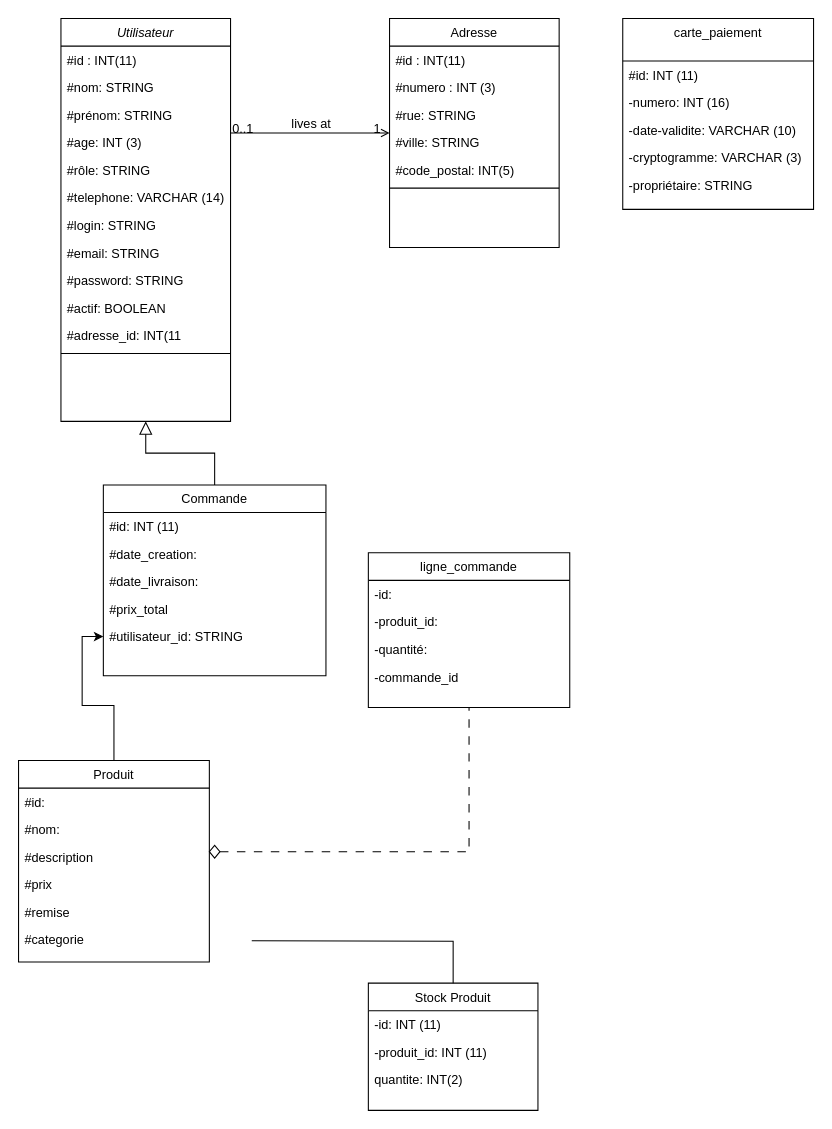
Steony/BeautyBookerApp keeps this draw.io diagram as ecommerce_diagram_class.drawio. Above is the earlier version. Source tidied: cells renumbered, new cells numbered last; positions are measured from the earlier drawing's top-left corner, leaving out a move shared by most shapes. Both pictures are drawn from the tidied source at 106%, with x=0, y=0 at pixel (18, 18).
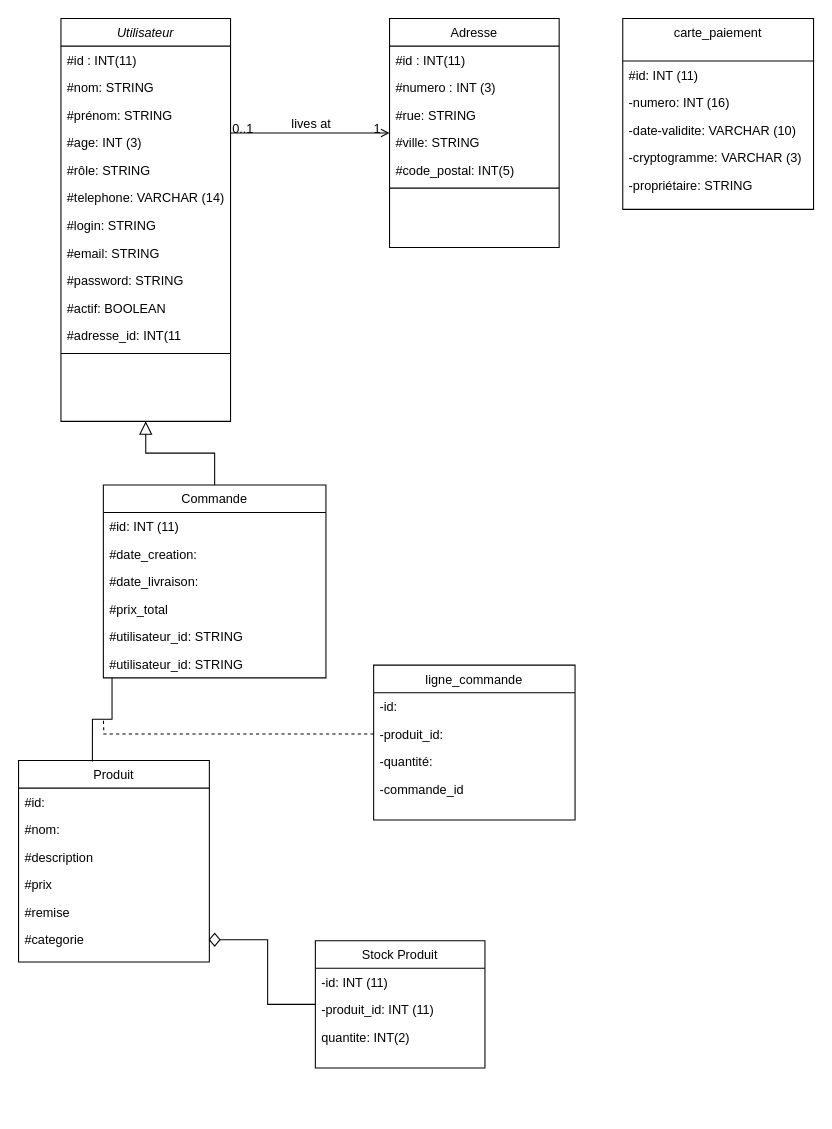
Above is the later version.

Commit message:
Mettre à jour ecommerce_diagram_class.drawio

Unchanged cells that the change refers to:
```xml
<mxCell id="24" value="-produit_id:" style="text;align=left;verticalAlign=top;spacingLeft=4;spacingRight=4;overflow=hidden;points=[[0,0.5],[1,0.5]];portConstraint=eastwest;" parent="22" vertex="1">
  <mxGeometry y="52" width="190" height="26" as="geometry" />
</mxCell>
<mxCell id="45" value="Produit" style="swimlane;fontStyle=0;align=center;verticalAlign=top;horizontal=1;startSize=26;rounded=0;shadow=0;strokeWidth=1;" parent="1" vertex="1">
  <mxGeometry y="700" width="180" height="190" as="geometry" />
</mxCell>
```

Diff of the diagram source:
```diff
@@
     <mxCell id="15" value="Commande" style="swimlane;fontStyle=0;align=center;verticalAlign=top;horizontal=1;startSize=26;rounded=0;shadow=0;strokeWidth=1;" parent="1" vertex="1">
-      <mxGeometry x="80" y="440" width="210" height="180" as="geometry" />
+      <mxGeometry x="80" y="440" width="210" height="182" as="geometry" />
     </mxCell>
@@
+    <mxCell id="59" value="#utilisateur_id: STRING" style="text;align=left;verticalAlign=top;spacingLeft=4;spacingRight=4;overflow=hidden;rounded=0;shadow=0;html=0;" parent="15" vertex="1">
+      <mxGeometry y="130" width="210" height="26" as="geometry" />
+    </mxCell>
     <mxCell id="20" value="#utilisateur_id: STRING" style="text;align=left;verticalAlign=top;spacingLeft=4;spacingRight=4;overflow=hidden;points=[[0,0.5],[1,0.5]];portConstraint=eastwest;rounded=0;shadow=0;html=0;" parent="15" vertex="1">
-      <mxGeometry y="130" width="210" height="26" as="geometry" />
+      <mxGeometry y="156" width="210" height="26" as="geometry" />
     </mxCell>
@@
     <mxCell id="22" value="ligne_commande" style="swimlane;fontStyle=0;align=center;verticalAlign=top;horizontal=1;startSize=26;rounded=0;shadow=0;strokeWidth=1;" parent="1" vertex="1">
-      <mxGeometry x="330" y="504" width="190" height="146" as="geometry" />
+      <mxGeometry x="335" y="610" width="190" height="146" as="geometry" />
     </mxCell>
@@
-    <mxCell id="44" style="edgeStyle=orthogonalEdgeStyle;rounded=0;jettySize=auto;html=1;" parent="1" edge="1" source="45" target="20">
-      <mxGeometry relative="1" as="geometry" />
-    </mxCell>
@@
     <mxCell id="52" value="Stock Produit" style="swimlane;fontStyle=0;align=center;verticalAlign=top;horizontal=1;startSize=26;rounded=0;shadow=0;strokeWidth=1;" parent="1" vertex="1">
-      <mxGeometry x="330" y="910" width="160" height="120" as="geometry" />
+      <mxGeometry x="280" y="870" width="160" height="120" as="geometry" />
     </mxCell>
@@
+    <mxCell id="57" style="endArrow=none;html=1;edgeStyle=orthogonalEdgeStyle;rounded=0;exitX=1;exitY=0.5;exitDx=0;exitDy=0;" parent="1" edge="1" source="56" target="52">
+      <mxGeometry relative="1" as="geometry" />
+    </mxCell>
+    <mxCell id="60" style="endArrow=none;html=1;edgeStyle=orthogonalEdgeStyle;rounded=0;exitX=0.039;exitY=1.004;exitDx=0;exitDy=0;exitPerimeter=0;entryX=0.387;entryY=0.005;entryDx=0;entryDy=0;entryPerimeter=0;" parent="1" edge="1" source="20" target="45">
+      <mxGeometry relative="1" as="geometry" />
+    </mxCell>
+    <mxCell id="61" style="endArrow=none;html=1;edgeStyle=orthogonalEdgeStyle;rounded=0;exitX=0;exitY=0.5;exitDx=0;exitDy=0;dashed=1;" parent="1" edge="1" source="24">
+      <mxGeometry relative="1" as="geometry">
+        <mxPoint x="80" y="660" as="targetPoint" />
+      </mxGeometry>
+    </mxCell>
     <mxCell id="56" style="rhombus;whiteSpace=wrap;html=1;align=left;fillColor=none;strokeColor=inherit;strokeWidth=1;labelBackgroundColor=default;spacingTop=-1;spacingLeft=3;spacingRight=3;" parent="1" vertex="1">
-      <mxGeometry x="180" y="780" width="10" height="12" as="geometry" />
+      <mxGeometry x="180" y="863" width="10" height="12" as="geometry" />
     </mxCell>
-    <mxCell id="57" style="endArrow=none;html=1;edgeStyle=orthogonalEdgeStyle;rounded=0;" parent="1" edge="1" target="52">
-      <mxGeometry relative="1" as="geometry">
-        <mxPoint x="220" y="870" as="sourcePoint" />
-      </mxGeometry>
-    </mxCell>
-    <mxCell id="58" style="endArrow=none;html=1;edgeStyle=orthogonalEdgeStyle;rounded=0;dashed=1;dashPattern=8 8;entryX=0.5;entryY=1;entryDx=0;entryDy=0;exitX=1;exitY=0.5;exitDx=0;exitDy=0;" parent="1" edge="1" source="56" target="22">
-      <mxGeometry relative="1" as="geometry" />
-    </mxCell>
```
